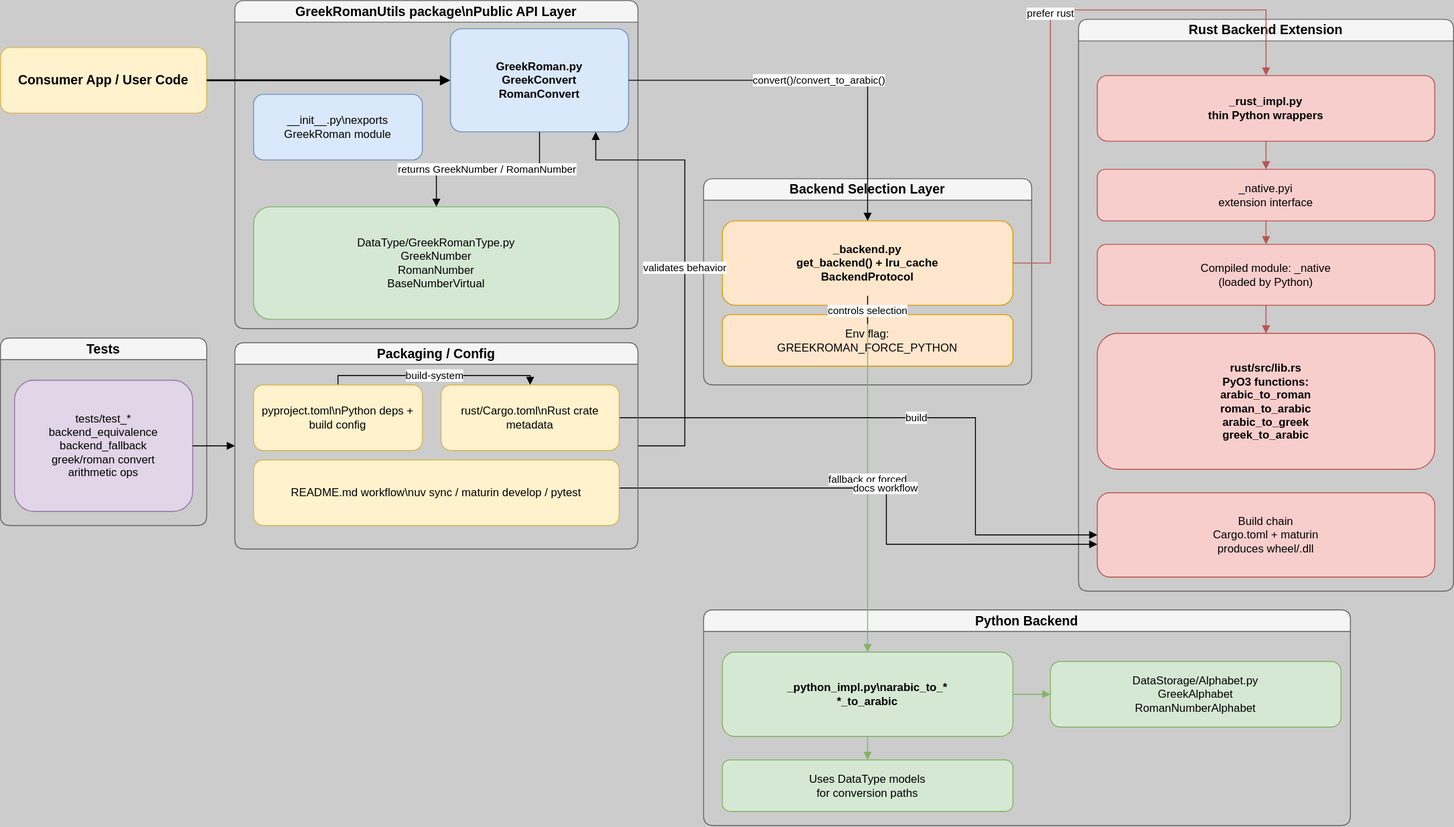
This is Diagrams/Architecture.drawio.svg from PavelKotDRM/GreekRomanNumerical, a draw.io export, as it was before one commit. Source tidied: cells renumbered, new cells last; positions are measured from the earlier drawing's top-left corner, leaving out a move shared by most shapes.
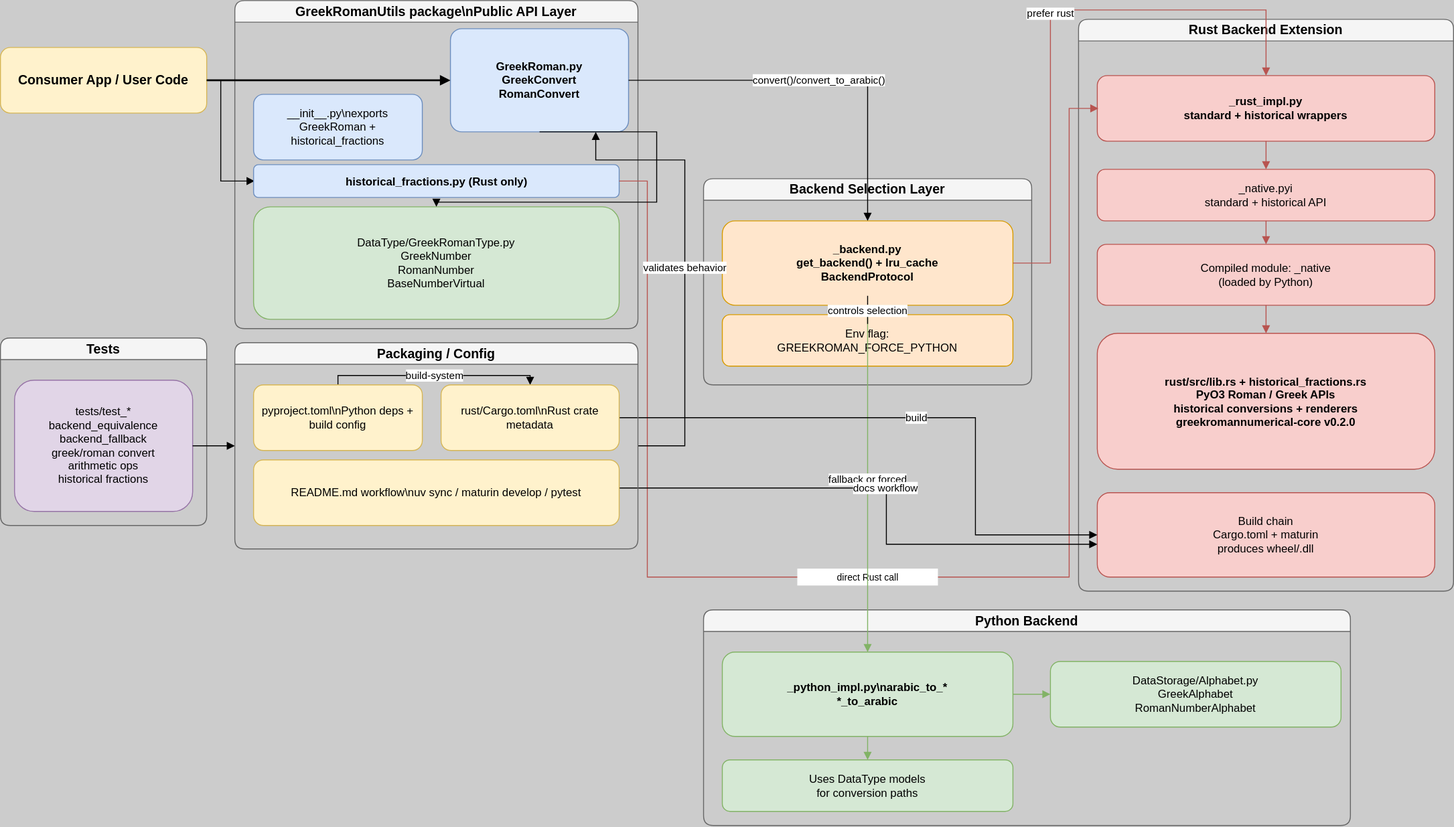
Above is the later version.

What changed in the source:
```diff
@@ -8,7 +8,7 @@
     <mxCell id="3" value="GreekRomanUtils package\nPublic API Layer" style="swimlane;whiteSpace=wrap;html=1;rounded=1;fillColor=#f5f5f5;strokeColor=#666666;fontSize=14;fontStyle=1;" parent="1" vertex="1">
       <mxGeometry x="250" width="430" height="350" as="geometry" />
     </mxCell>
-    <mxCell id="4" value="__init__.py\nexports GreekRoman module" style="rounded=1;whiteSpace=wrap;html=1;fillColor=#dae8fc;strokeColor=#6c8ebf;" parent="3" vertex="1">
+    <mxCell id="4" value="__init__.py\nexports GreekRoman + historical_fractions" style="rounded=1;whiteSpace=wrap;html=1;fillColor=#dae8fc;strokeColor=#6c8ebf;" parent="3" vertex="1">
       <mxGeometry x="20" y="100" width="180" height="70" as="geometry" />
     </mxCell>
     <mxCell id="5" value="GreekRoman.py&lt;div&gt;GreekConvert&lt;div&gt;RomanConvert&lt;/div&gt;&lt;/div&gt;" style="rounded=1;whiteSpace=wrap;html=1;fillColor=#dae8fc;strokeColor=#6c8ebf;fontStyle=1;arcSize=11;" parent="3" vertex="1">
@@ -44,16 +44,16 @@
     <mxCell id="15" value="Rust Backend Extension" style="swimlane;whiteSpace=wrap;html=1;rounded=1;fillColor=#f5f5f5;strokeColor=#666666;fontSize=14;fontStyle=1;" parent="1" vertex="1">
       <mxGeometry x="1150" y="20" width="400" height="610" as="geometry" />
     </mxCell>
-    <mxCell id="16" value="_rust_impl.py&lt;div&gt;thin Python wrappers&lt;/div&gt;" style="rounded=1;whiteSpace=wrap;html=1;fillColor=#f8cecc;strokeColor=#b85450;fontStyle=1;" parent="15" vertex="1">
+    <mxCell id="16" value="_rust_impl.py&lt;div&gt;standard + historical wrappers&lt;/div&gt;" style="rounded=1;whiteSpace=wrap;html=1;fillColor=#f8cecc;strokeColor=#b85450;fontStyle=1;" parent="15" vertex="1">
       <mxGeometry x="20" y="60" width="360" height="70" as="geometry" />
     </mxCell>
-    <mxCell id="17" value="_native.pyi&lt;div&gt;extension interface&lt;/div&gt;" style="rounded=1;whiteSpace=wrap;html=1;fillColor=#f8cecc;strokeColor=#b85450;" parent="15" vertex="1">
+    <mxCell id="17" value="_native.pyi&lt;div&gt;standard + historical API&lt;/div&gt;" style="rounded=1;whiteSpace=wrap;html=1;fillColor=#f8cecc;strokeColor=#b85450;" parent="15" vertex="1">
       <mxGeometry x="20" y="160" width="360" height="55" as="geometry" />
     </mxCell>
     <mxCell id="18" value="Compiled module: _native&lt;div&gt;(loaded by Python)&lt;/div&gt;" style="rounded=1;whiteSpace=wrap;html=1;fillColor=#f8cecc;strokeColor=#b85450;" parent="15" vertex="1">
       <mxGeometry x="20" y="240" width="360" height="65" as="geometry" />
     </mxCell>
-    <mxCell id="19" value="rust/src/lib.rs&lt;div&gt;PyO3 functions:&lt;/div&gt;&lt;div&gt;arabic_to_roman&lt;/div&gt;&lt;div&gt;roman_to_arabic&lt;/div&gt;&lt;div&gt;arabic_to_greek&lt;/div&gt;&lt;div&gt;greek_to_arabic&lt;/div&gt;" style="rounded=1;whiteSpace=wrap;html=1;fillColor=#f8cecc;strokeColor=#b85450;fontStyle=1;" parent="15" vertex="1">
+    <mxCell id="19" value="rust/src/lib.rs + historical_fractions.rs&lt;div&gt;PyO3 Roman / Greek APIs&lt;/div&gt;&lt;div&gt;historical conversions + renderers&lt;/div&gt;&lt;div&gt;greekromannumerical-core v0.2.0&lt;/div&gt;" style="rounded=1;whiteSpace=wrap;html=1;fillColor=#f8cecc;strokeColor=#b85450;fontStyle=1;" parent="15" vertex="1">
       <mxGeometry x="20" y="335" width="360" height="145" as="geometry" />
     </mxCell>
     <mxCell id="20" value="Build chain&lt;div&gt;Cargo.toml + maturin&lt;/div&gt;&lt;div&gt;produces wheel/.dll&lt;/div&gt;" style="rounded=1;whiteSpace=wrap;html=1;fillColor=#f8cecc;strokeColor=#b85450;" parent="15" vertex="1">
@@ -62,7 +62,7 @@
     <mxCell id="21" value="Tests" style="swimlane;whiteSpace=wrap;html=1;rounded=1;fillColor=#f5f5f5;strokeColor=#666666;fontSize=14;fontStyle=1;" parent="1" vertex="1">
       <mxGeometry y="360" width="220" height="200" as="geometry" />
     </mxCell>
-    <mxCell id="22" value="tests/test_*&lt;div&gt;backend_equivalence&lt;/div&gt;&lt;div&gt;backend_fallback&lt;/div&gt;&lt;div&gt;greek/roman convert&lt;/div&gt;&lt;div&gt;arithmetic ops&lt;/div&gt;" style="rounded=1;whiteSpace=wrap;html=1;fillColor=#e1d5e7;strokeColor=#9673a6;" parent="21" vertex="1">
+    <mxCell id="22" value="tests/test_*&lt;div&gt;backend_equivalence&lt;/div&gt;&lt;div&gt;backend_fallback&lt;/div&gt;&lt;div&gt;greek/roman convert&lt;/div&gt;&lt;div&gt;arithmetic ops&lt;/div&gt;&lt;div&gt;historical fractions&lt;/div&gt;" style="rounded=1;whiteSpace=wrap;html=1;fillColor=#e1d5e7;strokeColor=#9673a6;" parent="21" vertex="1">
       <mxGeometry x="15" y="45" width="190" height="140" as="geometry" />
     </mxCell>
     <mxCell id="23" style="edgeStyle=orthogonalEdgeStyle;rounded=0;jettySize=auto;html=1;endArrow=block;endFill=1;strokeWidth=2;" parent="1" edge="1" source="2" target="5">
@@ -71,8 +71,14 @@
     <mxCell id="24" value="convert()/convert_to_arabic()" style="edgeStyle=orthogonalEdgeStyle;rounded=0;jettySize=auto;html=1;endArrow=block;endFill=1;" parent="1" edge="1" source="5" target="8">
       <mxGeometry relative="1" as="geometry" />
     </mxCell>
-    <mxCell id="25" value="returns GreekNumber / RomanNumber" style="edgeStyle=orthogonalEdgeStyle;rounded=0;jettySize=auto;html=1;endArrow=block;endFill=1;" parent="1" edge="1" source="5" target="6">
-      <mxGeometry relative="1" as="geometry" />
+    <mxCell id="25" style="edgeStyle=orthogonalEdgeStyle;rounded=0;jettySize=auto;html=1;endArrow=block;endFill=1;" parent="1" edge="1" source="5" target="6">
+      <mxGeometry relative="1" as="geometry">
+        <Array as="points">
+          <mxPoint x="690" y="140" />
+          <mxPoint x="690" y="215" />
+          <mxPoint x="455" y="215" />
+        </Array>
+      </mxGeometry>
     </mxCell>
     <mxCell id="26" value="prefer rust" style="edgeStyle=orthogonalEdgeStyle;rounded=0;jettySize=auto;html=1;endArrow=block;endFill=1;strokeColor=#b85450;" parent="1" edge="1" source="8" target="16">
       <mxGeometry relative="1" as="geometry">
@@ -149,5 +155,27 @@
     <mxCell id="41" value="README.md workflow\nuv sync / maturin develop / pytest" style="rounded=1;whiteSpace=wrap;html=1;fillColor=#fff2cc;strokeColor=#d6b656;" parent="38" vertex="1">
       <mxGeometry x="20" y="125" width="390" height="70" as="geometry" />
     </mxCell>
+    <mxCell id="42" value="historical_fractions.py (Rust only)" style="rounded=1;whiteSpace=wrap;html=1;fillColor=#dae8fc;strokeColor=#6c8ebf;fontStyle=1;" parent="3" vertex="1">
+      <mxGeometry x="20" y="175" width="390" height="35" as="geometry" />
+    </mxCell>
+    <mxCell id="43" value="direct Rust call" style="edgeStyle=orthogonalEdgeStyle;rounded=0;jettySize=auto;html=1;endArrow=block;endFill=1;strokeColor=#b85450;" parent="1" edge="1" source="42" target="16">
+      <mxGeometry relative="1" as="geometry">
+        <Array as="points">
+          <mxPoint x="680" y="192.5" />
+          <mxPoint x="680" y="615" />
+          <mxPoint x="1130" y="615" />
+          <mxPoint x="1130" y="115" />
+        </Array>
+      </mxGeometry>
+    </mxCell>
+    <mxCell id="44" style="edgeStyle=orthogonalEdgeStyle;rounded=0;jettySize=auto;html=1;endArrow=block;endFill=1;" parent="1" edge="1" source="2" target="42">
+      <mxGeometry relative="1" as="geometry">
+        <Array as="points">
+          <mxPoint x="225" y="85" />
+          <mxPoint x="225" y="192.5" />
+          <mxPoint x="253" y="192.5" />
+        </Array>
+      </mxGeometry>
+    </mxCell>
   </root>
 </mxGraphModel>
```
